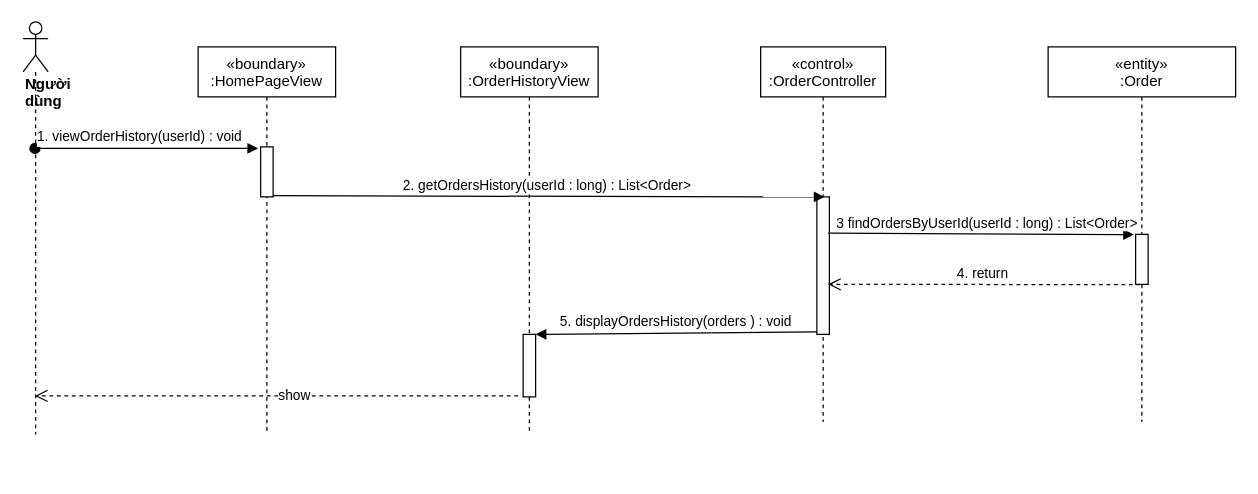
Above: sequence diagram/getOrderHistory-sequence.drawio in nguyenphamvan/datn_20202 (draw.io), before the change. Source tidied: cells renumbered, new cells numbered last; positions are measured from the earlier drawing's top-left corner, leaving out a move shared by most shapes. Both pictures are drawn from the tidied source at 125%, with x=0, y=0 at pixel (22, 21).
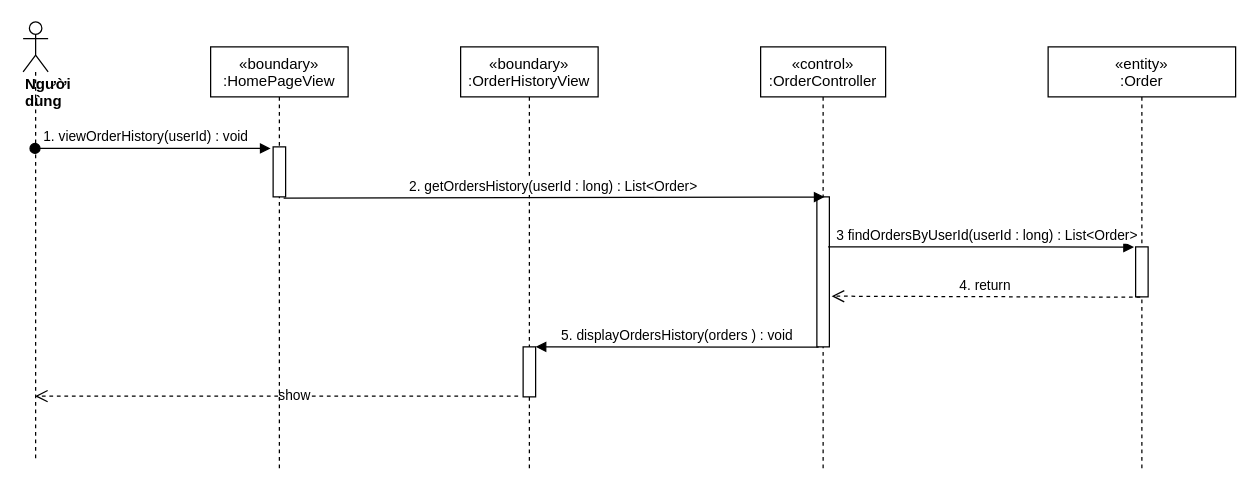
The same page after the edit.

Change to the diagram source:
```diff
@@
 <mxGraphModel>
   <root>
     <mxCell id="0" />
     <mxCell id="1" parent="0" />
     <mxCell id="2" value="«boundary»&#10;:OrderHistoryView" style="shape=umlLifeline;perimeter=lifelinePerimeter;rounded=0;shadow=0;strokeWidth=1;" parent="1" vertex="1">
-      <mxGeometry x="350" y="20" width="110" height="310" as="geometry" />
+      <mxGeometry x="350" y="20" width="110" height="340" as="geometry" />
     </mxCell>
     <mxCell id="3" style="points=[];perimeter=orthogonalPerimeter;rounded=0;shadow=0;strokeWidth=1;" parent="2" vertex="1">
-      <mxGeometry x="50" y="230" width="10" height="50" as="geometry" />
+      <mxGeometry x="50" y="240" width="10" height="40" as="geometry" />
     </mxCell>
     <mxCell id="4" value="«control»&#10;:OrderController" style="shape=umlLifeline;perimeter=lifelinePerimeter;rounded=0;shadow=0;strokeWidth=1;" parent="1" vertex="1">
-      <mxGeometry x="590" y="20" width="100" height="300" as="geometry" />
+      <mxGeometry x="590" y="20" width="100" height="340" as="geometry" />
     </mxCell>
     <mxCell id="5" style="points=[];perimeter=orthogonalPerimeter;rounded=0;shadow=0;strokeWidth=1;" parent="4" vertex="1">
-      <mxGeometry x="45" y="120" width="10" height="110" as="geometry" />
+      <mxGeometry x="45" y="120" width="10" height="120" as="geometry" />
     </mxCell>
     <mxCell id="6" value="&lt;div&gt;&lt;b&gt;Người dùng&lt;/b&gt;&lt;/div&gt;" style="shape=umlLifeline;participant=umlActor;perimeter=lifelinePerimeter;whiteSpace=wrap;html=1;verticalAlign=top;spacingTop=36;outlineConnect=0;align=left;size=40;" parent="1" vertex="1">
-      <mxGeometry width="20" height="330" as="geometry" />
+      <mxGeometry width="20" height="350" as="geometry" />
     </mxCell>
     <mxCell id="7" value="1. viewOrderHistory(userId) : void" style="verticalAlign=bottom;startArrow=oval;endArrow=block;startSize=8;shadow=0;strokeWidth=1;entryX=-0.2;entryY=0.03;entryDx=0;entryDy=0;entryPerimeter=0;" parent="1" edge="1" source="6" target="16">
       <mxGeometry x="-0.06" relative="1" as="geometry" />
     </mxCell>
-    <mxCell id="8" value="2. getOrdersHistory(userId : long) : List&amp;lt;Order&amp;gt;" style="html=1;verticalAlign=bottom;endArrow=block;entryX=0.617;entryY=0.001;entryDx=0;entryDy=0;entryPerimeter=0;exitX=0.518;exitY=0.384;exitDx=0;exitDy=0;exitPerimeter=0;" parent="1" edge="1" source="15" target="5">
+    <mxCell id="8" value="2. getOrdersHistory(userId : long) : List&amp;lt;Order&amp;gt;" style="html=1;verticalAlign=bottom;endArrow=block;entryX=0.617;entryY=0.001;entryDx=0;entryDy=0;entryPerimeter=0;exitX=0.84;exitY=1.025;exitDx=0;exitDy=0;exitPerimeter=0;" parent="1" edge="1" source="16" target="5">
       <mxGeometry relative="1" as="geometry" />
     </mxCell>
     <mxCell id="9" value="«entity»&#10;:Order" style="shape=umlLifeline;perimeter=lifelinePerimeter;rounded=0;shadow=0;strokeWidth=1;" parent="1" vertex="1">
-      <mxGeometry x="820" y="20" width="150" height="300" as="geometry" />
+      <mxGeometry x="820" y="20" width="150" height="340" as="geometry" />
     </mxCell>
     <mxCell id="10" style="points=[];perimeter=orthogonalPerimeter;rounded=0;shadow=0;strokeWidth=1;" parent="9" vertex="1">
-      <mxGeometry x="70" y="150" width="10" height="40" as="geometry" />
+      <mxGeometry x="70" y="160" width="10" height="40" as="geometry" />
     </mxCell>
-    <mxCell id="11" value="3 findOrdersByUserId(userId : long) : List&amp;lt;Order&amp;gt;" style="html=1;verticalAlign=bottom;endArrow=block;entryX=-0.133;entryY=0.004;entryDx=0;entryDy=0;entryPerimeter=0;exitX=0.9;exitY=0.264;exitDx=0;exitDy=0;exitPerimeter=0;" parent="1" edge="1" source="5" target="10">
-      <mxGeometry x="0.04" relative="1" as="geometry" />
+    <mxCell id="11" value="3 findOrdersByUserId(userId : long) : List&amp;lt;Order&amp;gt;" style="html=1;verticalAlign=bottom;endArrow=block;entryX=-0.133;entryY=0.004;entryDx=0;entryDy=0;entryPerimeter=0;" parent="1" edge="1" target="10">
+      <mxGeometry x="0.04" relative="1" as="geometry">
+        <mxPoint x="644" y="180" as="sourcePoint" />
+      </mxGeometry>
     </mxCell>
-    <mxCell id="12" value="4. return&amp;nbsp;" style="html=1;verticalAlign=bottom;endArrow=open;dashed=1;endSize=8;exitX=0.367;exitY=1.006;exitDx=0;exitDy=0;exitPerimeter=0;entryX=0.9;entryY=0.636;entryDx=0;entryDy=0;entryPerimeter=0;" parent="1" edge="1" source="10" target="5">
+    <mxCell id="12" value="4. return&amp;nbsp;" style="html=1;verticalAlign=bottom;endArrow=open;dashed=1;endSize=8;exitX=0.367;exitY=1.006;exitDx=0;exitDy=0;exitPerimeter=0;entryX=1.18;entryY=0.662;entryDx=0;entryDy=0;entryPerimeter=0;" parent="1" edge="1" source="10" target="5">
       <mxGeometry relative="1" as="geometry" />
     </mxCell>
     <mxCell id="13" style="html=1;verticalAlign=bottom;endArrow=open;dashed=1;endSize=8;exitX=-0.4;exitY=0.985;exitDx=0;exitDy=0;exitPerimeter=0;" parent="1" edge="1" source="3" target="6">
       <mxGeometry relative="1" as="geometry" />
     </mxCell>
     <mxCell id="14" value="show" style="edgeLabel;html=1;align=center;verticalAlign=middle;" parent="13" vertex="1">
       <mxGeometry x="-0.07" y="-1" relative="1" as="geometry" />
     </mxCell>
     <mxCell id="15" value="«boundary»&#10;:HomePageView" style="shape=umlLifeline;perimeter=lifelinePerimeter;rounded=0;shadow=0;strokeWidth=1;" parent="1" vertex="1">
-      <mxGeometry x="140" y="20" width="110" height="310" as="geometry" />
+      <mxGeometry x="150" y="20" width="110" height="340" as="geometry" />
     </mxCell>
     <mxCell id="16" style="points=[];perimeter=orthogonalPerimeter;rounded=0;shadow=0;strokeWidth=1;" parent="15" vertex="1">
       <mxGeometry x="50" y="80" width="10" height="40" as="geometry" />
     </mxCell>
-    <mxCell id="17" value="5. displayOrdersHistory(orders ) : void" style="html=1;verticalAlign=bottom;endArrow=block;exitX=0;exitY=0.982;exitDx=0;exitDy=0;exitPerimeter=0;entryX=1;entryY=0;entryDx=0;entryDy=0;entryPerimeter=0;" parent="1" edge="1" source="5" target="3">
+    <mxCell id="17" value="5. displayOrdersHistory(orders ) : void" style="html=1;verticalAlign=bottom;endArrow=block;exitX=0.14;exitY=1.002;exitDx=0;exitDy=0;exitPerimeter=0;entryX=1;entryY=0;entryDx=0;entryDy=0;entryPerimeter=0;" parent="1" edge="1" source="5" target="3">
       <mxGeometry relative="1" as="geometry" />
     </mxCell>
   </root>
 </mxGraphModel>
```
